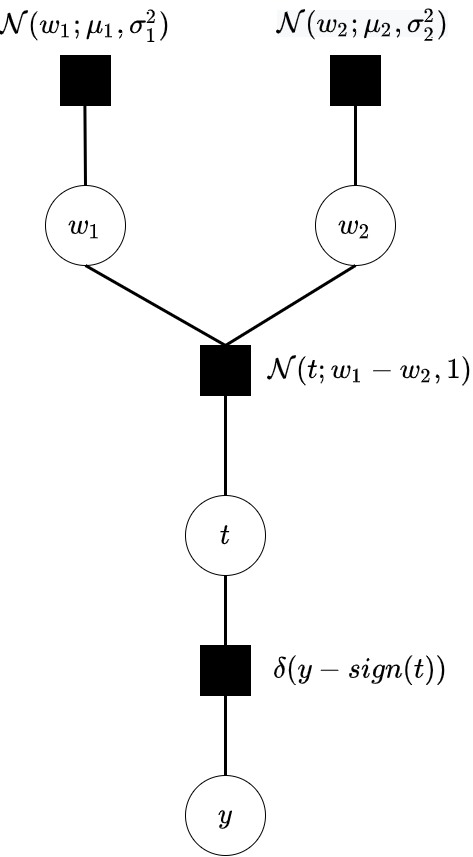
Above: assets/img/factor_graph_two_player.png in Nush395/Nush395.github.io (draw.io), before the change. Source tidied: cells renumbered, new cells last; positions are measured from the earlier drawing's top-left corner, leaving out a move shared by most shapes.
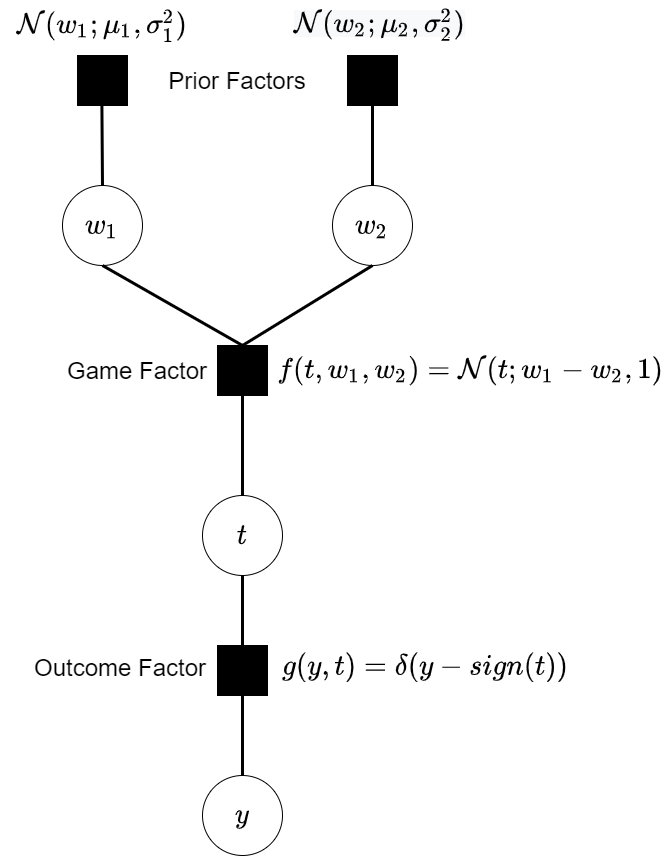
The same diagram one commit later.

Commit message:
Edit factor graph explanation.

The edit, as a diff of the source:
```diff
@@ -23,17 +23,14 @@
     <mxCell id="8" style="endArrow=none;html=1;entryX=0.5;entryY=0;entryDx=0;entryDy=0;exitX=0.5;exitY=1;exitDx=0;exitDy=0;strokeWidth=3;endFill=0;" parent="1" edge="1" source="3" target="5">
       <mxGeometry relative="1" as="geometry" />
     </mxCell>
-    <mxCell id="9" style="endArrow=none;html=1;entryX=0.5;entryY=0;entryDx=0;entryDy=0;exitX=0.485;exitY=1.09;exitDx=0;exitDy=0;exitPerimeter=0;endFill=0;strokeWidth=3;" parent="1" edge="1" target="4">
-      <mxGeometry relative="1" as="geometry">
-        <mxPoint x="84.4" y="105" as="sourcePoint" />
-      </mxGeometry>
-    </mxCell>
+    <mxCell id="21" style="endArrow=none;html=1;entryX=0.5;entryY=0;entryDx=0;entryDy=0;exitX=0.485;exitY=1.09;exitDx=0;exitDy=0;exitPerimeter=0;endFill=0;strokeWidth=3;" parent="1" edge="1" target="4">
+      <mxGeometry relative="1" as="geometry">
+        <mxPoint x="84.4" y="105" as="sourcePoint" />
+      </mxGeometry>
+    </mxCell>
     <mxCell id="10" value="\(\mathcal{N}(w_1;\mu_1,\sigma_1^{2})\)" style="text;html=1;strokeColor=none;fillColor=#ffffff;align=center;verticalAlign=middle;whiteSpace=wrap;rounded=0;fontSize=24;" parent="1" vertex="1">
       <mxGeometry y="15" width="170" height="20" as="geometry" />
     </mxCell>
-    <mxCell id="11" value="\(\mathcal{N}(t;w_1-w_2,1)\)" style="text;html=1;strokeColor=none;fillColor=none;align=center;verticalAlign=middle;whiteSpace=wrap;rounded=0;fontSize=24;" parent="1" vertex="1">
-      <mxGeometry x="285" y="360" width="170" height="20" as="geometry" />
-    </mxCell>
     <mxCell id="12" style="endArrow=none;html=1;fontSize=16;entryX=0.5;entryY=0;entryDx=0;entryDy=0;exitX=0.5;exitY=1;exitDx=0;exitDy=0;endFill=0;strokeWidth=3;" parent="1" edge="1" source="4" target="6">
       <mxGeometry relative="1" as="geometry" />
     </mxCell>
@@ -52,14 +49,26 @@
     <mxCell id="17" style="endArrow=none;html=1;fontSize=24;entryX=0.5;entryY=0;entryDx=0;entryDy=0;exitX=0.5;exitY=1;exitDx=0;exitDy=0;endFill=0;strokeWidth=3;" parent="1" edge="1" source="14" target="16">
       <mxGeometry relative="1" as="geometry" />
     </mxCell>
-    <mxCell id="18" value="\(\delta(y-sign(t))\)" style="text;html=1;strokeColor=none;fillColor=none;align=center;verticalAlign=middle;whiteSpace=wrap;rounded=0;fontSize=24;" parent="1" vertex="1">
-      <mxGeometry x="275" y="660" width="170" height="20" as="geometry" />
-    </mxCell>
+    <mxCell id="22" value="\(g(y,t) = \delta(y-sign(t))\)" style="text;html=1;strokeColor=none;fillColor=none;align=center;verticalAlign=middle;whiteSpace=wrap;rounded=0;fontSize=24;" parent="1" vertex="1">
+      <mxGeometry x="323" y="657" width="170" height="20" as="geometry" />
+    </mxCell>
     <mxCell id="19" value="&lt;font style=&quot;font-size: 24px&quot;&gt;\(y\)&lt;/font&gt;" style="ellipse;whiteSpace=wrap;html=1;fontSize=24;" parent="1" vertex="1">
       <mxGeometry x="185" y="775" width="80" height="80" as="geometry" />
     </mxCell>
     <mxCell id="20" style="endArrow=none;html=1;fontSize=24;exitX=0.5;exitY=0;exitDx=0;exitDy=0;endFill=0;entryX=0.5;entryY=1;entryDx=0;entryDy=0;strokeWidth=3;" parent="1" edge="1" source="19" target="16">
       <mxGeometry relative="1" as="geometry" />
     </mxCell>
+    <mxCell id="23" value="\(f(t,w_1,w_2) = \mathcal{N}(t;w_1-w_2,1)&lt;br&gt;\)" style="text;html=1;strokeColor=none;fillColor=none;align=center;verticalAlign=middle;whiteSpace=wrap;rounded=0;labelBackgroundColor=none;fontSize=24;" parent="1" vertex="1">
+      <mxGeometry x="433" y="360" width="40" height="20" as="geometry" />
+    </mxCell>
+    <mxCell id="24" value="Prior Factors" style="text;html=1;strokeColor=none;fillColor=none;align=center;verticalAlign=middle;whiteSpace=wrap;rounded=0;labelBackgroundColor=none;fontSize=24;" parent="1" vertex="1">
+      <mxGeometry x="145" y="70" width="150" height="20" as="geometry" />
+    </mxCell>
+    <mxCell id="25" value="Game Factor" style="text;html=1;strokeColor=none;fillColor=none;align=center;verticalAlign=middle;whiteSpace=wrap;rounded=0;labelBackgroundColor=none;fontSize=24;" parent="1" vertex="1">
+      <mxGeometry y="360" width="240" height="20" as="geometry" />
+    </mxCell>
+    <mxCell id="26" value="Outcome Factor" style="text;html=1;strokeColor=none;fillColor=none;align=center;verticalAlign=middle;whiteSpace=wrap;rounded=0;labelBackgroundColor=none;fontSize=24;" parent="1" vertex="1">
+      <mxGeometry x="-17" y="657" width="240" height="20" as="geometry" />
+    </mxCell>
   </root>
 </mxGraphModel>
```
